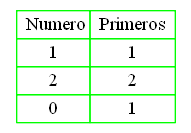
sergio201801442/OLC1_Practica1_201801442 keeps this Graphviz diagram as primeros1.png. Above is the earlier version. Its source is kept beside it as primeros1.dot. Its diagram source:
```dot
digraph H {
tbl [
shape=plaintext
label=<
<table border='0' cellborder='1' color='green' cellspacing='0'>
<tr><td> Numero</td><td> Primeros </td></tr><tr><td>1</td><td>1</td></tr>
<tr><td>2</td><td>2</td></tr>
<tr><td>0</td><td>1</td></tr>
</table>
>];
}
```
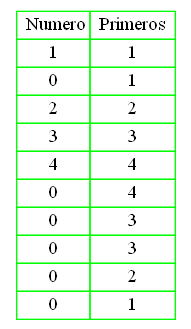
Later version of the same file.

What changed in the source:
```diff
@@ -4,7 +4,14 @@
 label=<
 <table border='0' cellborder='1' color='green' cellspacing='0'>
 <tr><td> Numero</td><td> Primeros </td></tr><tr><td>1</td><td>1</td></tr>
+<tr><td>0</td><td>1</td></tr>
 <tr><td>2</td><td>2</td></tr>
+<tr><td>3</td><td>3</td></tr>
+<tr><td>4</td><td>4</td></tr>
+<tr><td>0</td><td>4</td></tr>
+<tr><td>0</td><td>3</td></tr>
+<tr><td>0</td><td>3</td></tr>
+<tr><td>0</td><td>2</td></tr>
 <tr><td>0</td><td>1</td></tr>
 </table>
 >];
```
